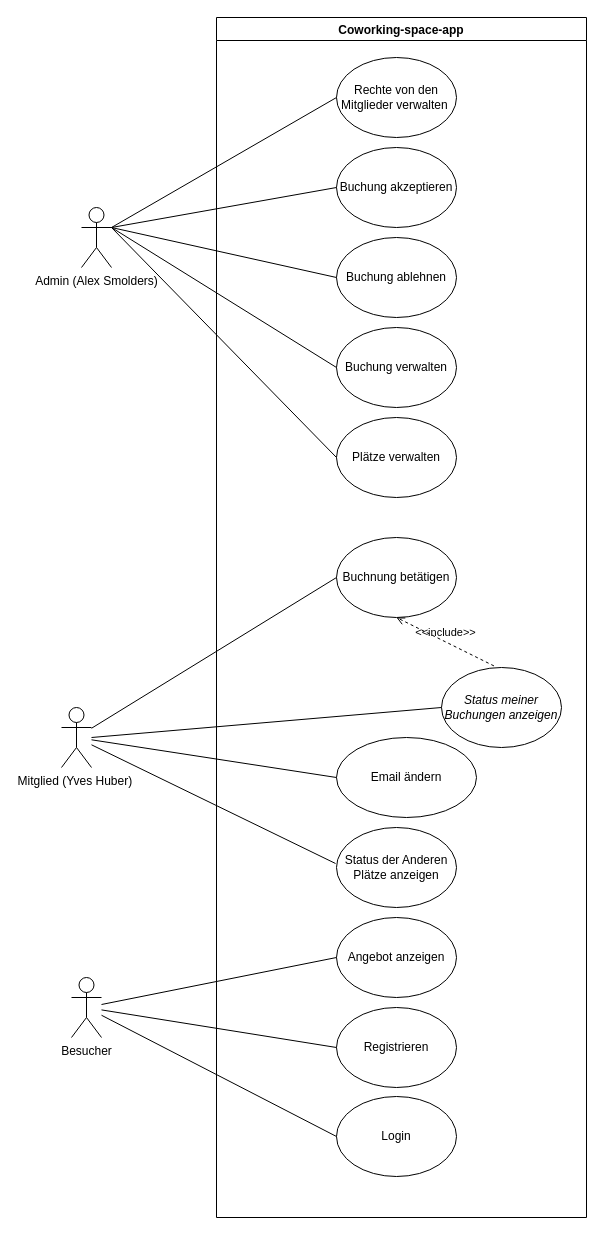
Above: Project_analyse/use-case.drawio in AlMaSm7/223_final_project (draw.io), before the change. Source tidied: cells renumbered, new cells numbered last; positions are measured from the earlier drawing's top-left corner, leaving out a move shared by most shapes. Both pictures are drawn from the tidied source at 100%, with x=0, y=0 at pixel (61, 17).
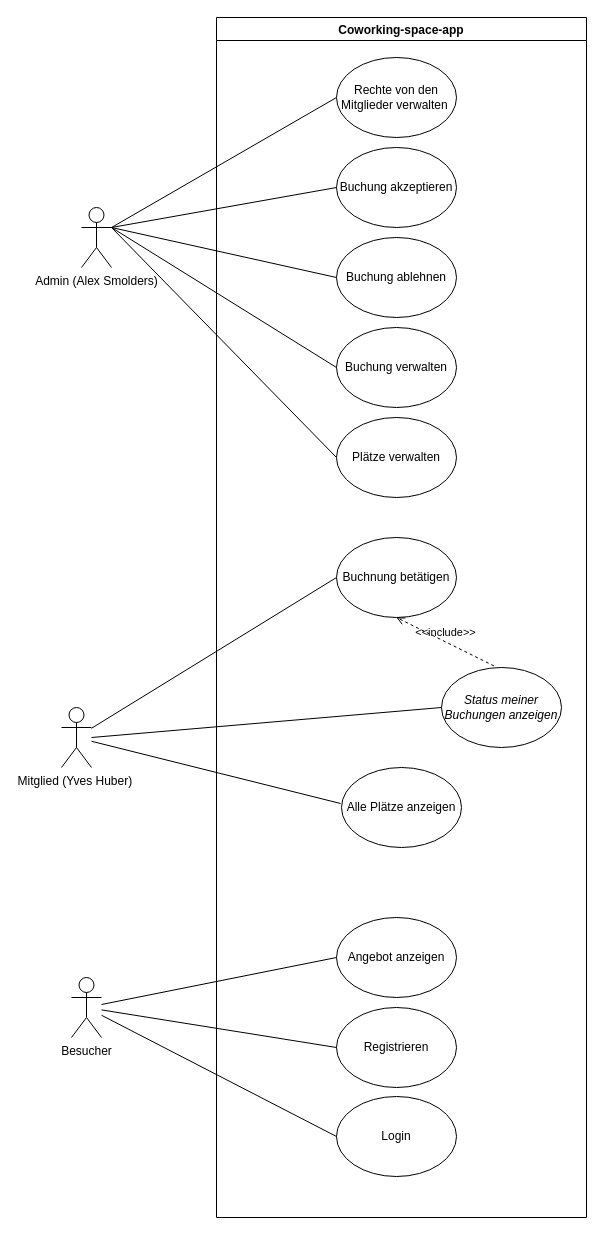
The same page after the edit.

Commit message (it also covers changes not shown here):
corrected errors in the docuemntation diagrams

The change refers to these unchanged cells:
```xml
<mxCell id="2" value="Coworking-space-app" style="swimlane;" parent="1" vertex="1">
  <mxGeometry x="155" width="370" height="1200" as="geometry" />
</mxCell>
<mxCell id="17" value="Mitglied (Yves Huber)&amp;nbsp;" style="shape=umlActor;verticalLabelPosition=bottom;verticalAlign=top;html=1;outlineConnect=0;" parent="1" vertex="1">
  <mxGeometry y="690" width="30" height="60" as="geometry" />
</mxCell>
```

What changed in the source:
```diff
@@
-    <mxCell id="6" value="Email ändern" style="ellipse;whiteSpace=wrap;html=1;" parent="2" vertex="1">
-      <mxGeometry x="120" y="720" width="140" height="80" as="geometry" />
-    </mxCell>
@@
-    <mxCell id="11" value="Status der Anderen Plätze anzeigen" style="ellipse;whiteSpace=wrap;html=1;" parent="2" vertex="1">
-      <mxGeometry x="120" y="810" width="120" height="80" as="geometry" />
+    <mxCell id="11" value="Alle Plätze anzeigen" style="ellipse;whiteSpace=wrap;html=1;" parent="2" vertex="1">
+      <mxGeometry x="125" y="750" width="120" height="80" as="geometry" />
     </mxCell>
@@
-    <mxCell id="21" style="endArrow=none;html=1;rounded=0;exitX=0;exitY=0.5;exitDx=0;exitDy=0;" parent="1" edge="1" source="6" target="17">
-      <mxGeometry relative="1" as="geometry" />
-    </mxCell>
```
